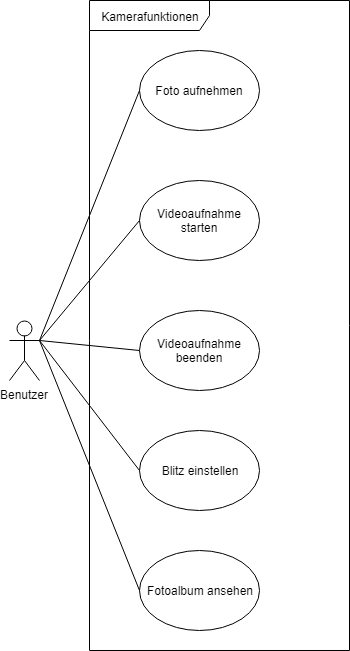
The draw.io diagram UML/Blatt2/Aufgabe_1.png in sweIhm-ws2018-19/skillproject-fr-33, before a commit. Source tidied: cells renumbered, new cells last; positions are measured from the earlier drawing's top-left corner, leaving out a move shared by most shapes. Its diagram source:
```xml
<mxGraphModel>
  <root>
    <mxCell id="0" style="html=1;" />
    <mxCell id="1" style="html=1;" parent="0" />
    <mxCell id="2" value="&lt;div&gt;Benutzer&lt;/div&gt;" style="shape=umlActor;verticalLabelPosition=bottom;labelBackgroundColor=#ffffff;verticalAlign=top;html=1;outlineConnect=0;" parent="1" vertex="1">
      <mxGeometry y="320" width="30" height="60" as="geometry" />
    </mxCell>
    <mxCell id="3" value="Foto aufnehmen" style="ellipse;whiteSpace=wrap;html=1;" parent="1" vertex="1">
      <mxGeometry x="130" y="50" width="120" height="80" as="geometry" />
    </mxCell>
    <mxCell id="4" value="Videoaufnahme starten" style="ellipse;whiteSpace=wrap;html=1;" parent="1" vertex="1">
      <mxGeometry x="130" y="179.5" width="120" height="80" as="geometry" />
    </mxCell>
    <mxCell id="5" value="&lt;div&gt;Videoaufnahme beenden&lt;/div&gt;" style="ellipse;whiteSpace=wrap;html=1;" parent="1" vertex="1">
      <mxGeometry x="130" y="310" width="120" height="80" as="geometry" />
    </mxCell>
    <mxCell id="6" value="Blitz einstellen" style="ellipse;whiteSpace=wrap;html=1;" parent="1" vertex="1">
      <mxGeometry x="130" y="430" width="120" height="80" as="geometry" />
    </mxCell>
    <mxCell id="7" value="Fotoalbum ansehen" style="ellipse;whiteSpace=wrap;html=1;" parent="1" vertex="1">
      <mxGeometry x="130" y="550" width="120" height="80" as="geometry" />
    </mxCell>
    <mxCell id="8" style="endArrow=none;html=1;entryX=0.211;entryY=0.097;entryPerimeter=0;endFill=0;exitX=1;exitY=0.3333333333333333;exitPerimeter=0;" parent="1" edge="1" source="2">
      <mxGeometry relative="1" as="geometry">
        <mxPoint x="130" y="90" as="targetPoint" />
      </mxGeometry>
    </mxCell>
    <mxCell id="9" style="endArrow=none;html=1;exitX=1;exitY=0.3333333333333333;exitPerimeter=0;entryX=0.211;entryY=0.306;entryPerimeter=0;endFill=0;" parent="1" edge="1" source="2">
      <mxGeometry relative="1" as="geometry">
        <mxPoint x="130" y="220" as="targetPoint" />
      </mxGeometry>
    </mxCell>
    <mxCell id="10" style="endArrow=none;html=1;endFill=0;" parent="1" edge="1">
      <mxGeometry relative="1" as="geometry">
        <mxPoint x="30" y="340" as="sourcePoint" />
        <mxPoint x="130" y="350" as="targetPoint" />
      </mxGeometry>
    </mxCell>
    <mxCell id="11" style="endArrow=none;html=1;exitX=1;exitY=0.3333333333333333;exitPerimeter=0;entryX=0.211;entryY=0.71;entryPerimeter=0;endFill=0;" parent="1" edge="1" source="2">
      <mxGeometry relative="1" as="geometry">
        <mxPoint x="130" y="470" as="targetPoint" />
      </mxGeometry>
    </mxCell>
    <mxCell id="12" style="endArrow=none;html=1;endFill=0;entryX=0;entryY=0.5;" parent="1" edge="1" target="7">
      <mxGeometry relative="1" as="geometry">
        <mxPoint x="30" y="340" as="sourcePoint" />
      </mxGeometry>
    </mxCell>
    <mxCell id="13" value="Kamerafunktionen" style="shape=umlFrame;whiteSpace=wrap;html=1;width=120;height=30;" parent="1" vertex="1">
      <mxGeometry x="80" width="260" height="650" as="geometry" />
    </mxCell>
  </root>
</mxGraphModel>
```
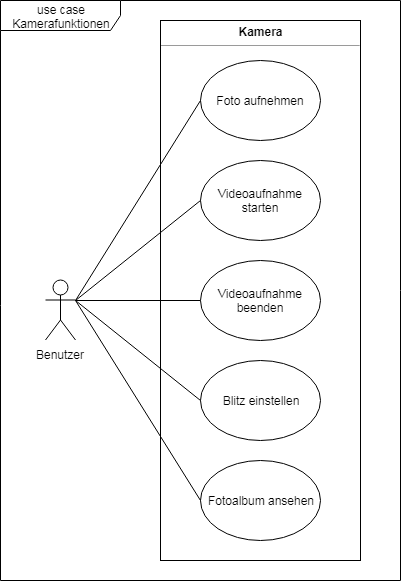
After the change.

Commit message:
Blatt 2 Aufgabe 1

Rahmen und Systemgrenze
Closes #3

Diff of the diagram source:
```diff
@@ -2,52 +2,44 @@
   <root>
     <mxCell id="0" style="html=1;" />
     <mxCell id="1" style="html=1;" parent="0" />
+    <mxCell id="14" value="&lt;p style=&quot;margin: 0px ; margin-top: 4px ; text-align: center&quot;&gt;&lt;b&gt;Kamera&lt;/b&gt;&lt;/p&gt;&lt;hr size=&quot;1&quot;&gt;&lt;div style=&quot;height: 2px&quot;&gt;&lt;/div&gt;" style="verticalAlign=top;align=left;overflow=fill;fontSize=12;fontFamily=Helvetica;html=1;" parent="1" vertex="1">
+      <mxGeometry x="100" width="200" height="540" as="geometry" />
+    </mxCell>
     <mxCell id="2" value="&lt;div&gt;Benutzer&lt;/div&gt;" style="shape=umlActor;verticalLabelPosition=bottom;labelBackgroundColor=#ffffff;verticalAlign=top;html=1;outlineConnect=0;" parent="1" vertex="1">
-      <mxGeometry y="320" width="30" height="60" as="geometry" />
+      <mxGeometry x="-15" y="259.5" width="30" height="60" as="geometry" />
     </mxCell>
     <mxCell id="3" value="Foto aufnehmen" style="ellipse;whiteSpace=wrap;html=1;" parent="1" vertex="1">
-      <mxGeometry x="130" y="50" width="120" height="80" as="geometry" />
+      <mxGeometry x="140" y="40" width="120" height="80" as="geometry" />
     </mxCell>
     <mxCell id="4" value="Videoaufnahme starten" style="ellipse;whiteSpace=wrap;html=1;" parent="1" vertex="1">
-      <mxGeometry x="130" y="179.5" width="120" height="80" as="geometry" />
+      <mxGeometry x="140" y="140" width="120" height="80" as="geometry" />
     </mxCell>
     <mxCell id="5" value="&lt;div&gt;Videoaufnahme beenden&lt;/div&gt;" style="ellipse;whiteSpace=wrap;html=1;" parent="1" vertex="1">
-      <mxGeometry x="130" y="310" width="120" height="80" as="geometry" />
+      <mxGeometry x="140" y="240" width="120" height="80" as="geometry" />
     </mxCell>
     <mxCell id="6" value="Blitz einstellen" style="ellipse;whiteSpace=wrap;html=1;" parent="1" vertex="1">
-      <mxGeometry x="130" y="430" width="120" height="80" as="geometry" />
+      <mxGeometry x="140" y="340" width="120" height="80" as="geometry" />
     </mxCell>
     <mxCell id="7" value="Fotoalbum ansehen" style="ellipse;whiteSpace=wrap;html=1;" parent="1" vertex="1">
-      <mxGeometry x="130" y="550" width="120" height="80" as="geometry" />
+      <mxGeometry x="140" y="440" width="120" height="80" as="geometry" />
     </mxCell>
-    <mxCell id="8" style="endArrow=none;html=1;entryX=0.211;entryY=0.097;entryPerimeter=0;endFill=0;exitX=1;exitY=0.3333333333333333;exitPerimeter=0;" parent="1" edge="1" source="2">
-      <mxGeometry relative="1" as="geometry">
-        <mxPoint x="130" y="90" as="targetPoint" />
-      </mxGeometry>
+    <mxCell id="8" style="endArrow=none;html=1;entryX=0;entryY=0.5;endFill=0;exitX=1;exitY=0.3333333333333333;exitPerimeter=0;" parent="1" edge="1" source="2" target="3">
+      <mxGeometry relative="1" as="geometry" />
     </mxCell>
-    <mxCell id="9" style="endArrow=none;html=1;exitX=1;exitY=0.3333333333333333;exitPerimeter=0;entryX=0.211;entryY=0.306;entryPerimeter=0;endFill=0;" parent="1" edge="1" source="2">
-      <mxGeometry relative="1" as="geometry">
-        <mxPoint x="130" y="220" as="targetPoint" />
-      </mxGeometry>
+    <mxCell id="9" style="endArrow=none;html=1;exitX=1;exitY=0.3333333333333333;exitPerimeter=0;endFill=0;entryX=0;entryY=0.5;" parent="1" edge="1" source="2" target="4">
+      <mxGeometry relative="1" as="geometry" />
     </mxCell>
-    <mxCell id="10" style="endArrow=none;html=1;endFill=0;" parent="1" edge="1">
-      <mxGeometry relative="1" as="geometry">
-        <mxPoint x="30" y="340" as="sourcePoint" />
-        <mxPoint x="130" y="350" as="targetPoint" />
-      </mxGeometry>
+    <mxCell id="10" style="endArrow=none;html=1;endFill=0;entryX=0;entryY=0.5;exitX=1;exitY=0.3333333333333333;exitPerimeter=0;" parent="1" edge="1" source="2" target="5">
+      <mxGeometry relative="1" as="geometry" />
     </mxCell>
-    <mxCell id="11" style="endArrow=none;html=1;exitX=1;exitY=0.3333333333333333;exitPerimeter=0;entryX=0.211;entryY=0.71;entryPerimeter=0;endFill=0;" parent="1" edge="1" source="2">
-      <mxGeometry relative="1" as="geometry">
-        <mxPoint x="130" y="470" as="targetPoint" />
-      </mxGeometry>
+    <mxCell id="11" style="endArrow=none;html=1;exitX=1;exitY=0.3333333333333333;exitPerimeter=0;entryX=0;entryY=0.5;endFill=0;" parent="1" edge="1" source="2" target="6">
+      <mxGeometry relative="1" as="geometry" />
     </mxCell>
-    <mxCell id="12" style="endArrow=none;html=1;endFill=0;entryX=0;entryY=0.5;" parent="1" edge="1" target="7">
-      <mxGeometry relative="1" as="geometry">
-        <mxPoint x="30" y="340" as="sourcePoint" />
-      </mxGeometry>
+    <mxCell id="12" style="endArrow=none;html=1;endFill=0;entryX=0;entryY=0.5;exitX=1;exitY=0.3333333333333333;exitPerimeter=0;" parent="1" edge="1" source="2" target="7">
+      <mxGeometry relative="1" as="geometry" />
     </mxCell>
-    <mxCell id="13" value="Kamerafunktionen" style="shape=umlFrame;whiteSpace=wrap;html=1;width=120;height=30;" parent="1" vertex="1">
-      <mxGeometry x="80" width="260" height="650" as="geometry" />
+    <mxCell id="13" value="use case Kamerafunktionen" style="shape=umlFrame;whiteSpace=wrap;html=1;width=120;height=30;" parent="1" vertex="1">
+      <mxGeometry x="-60" y="-20" width="400" height="580" as="geometry" />
     </mxCell>
   </root>
 </mxGraphModel>
```
